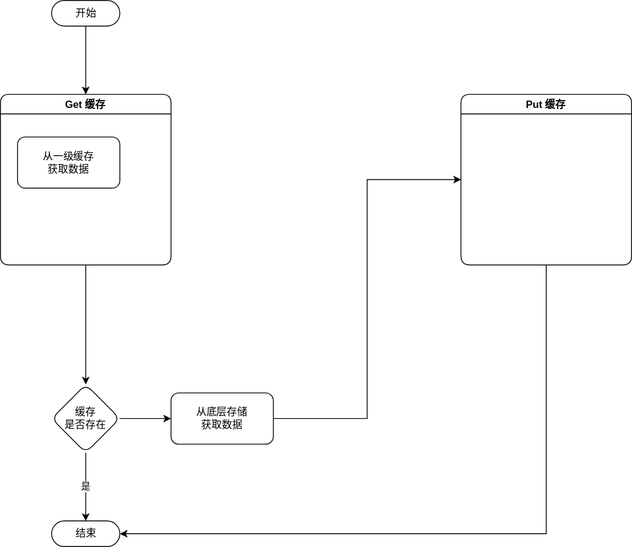
Before: spring-cache.drawio.svg, a diagram exported from draw.io (cdwxw/cdwxw). Source tidied: cells renumbered, new cells last; positions are measured from the earlier drawing's top-left corner, leaving out a move shared by most shapes.
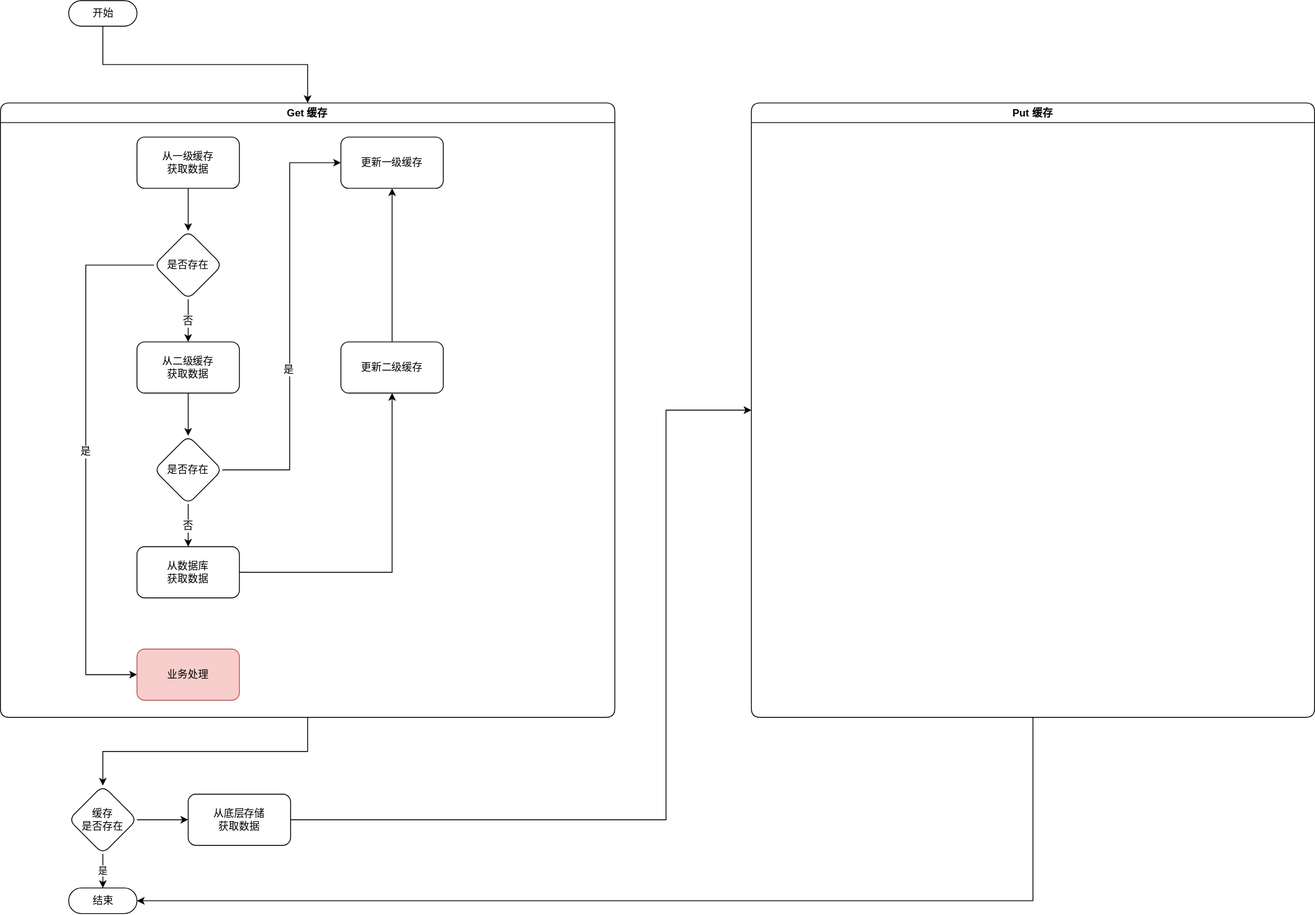
The same file after the commit.

Diff of the diagram source:
```diff
@@ -5,15 +5,76 @@
     <mxCell id="2" value="开始" style="html=1;dashed=0;whitespace=wrap;shape=mxgraph.dfd.start;" parent="1" vertex="1">
       <mxGeometry x="60" width="80" height="30" as="geometry" />
     </mxCell>
-    <mxCell id="3" style="edgeStyle=orthogonalEdgeStyle;rounded=0;jettySize=auto;html=1;" parent="1" edge="1" source="4" target="8">
+    <mxCell id="3" style="edgeStyle=orthogonalEdgeStyle;rounded=0;jettySize=auto;html=1;exitX=0.5;exitY=1;exitDx=0;exitDy=0;" parent="1" edge="1" source="4" target="8">
       <mxGeometry relative="1" as="geometry" />
     </mxCell>
     <mxCell id="4" value="Get 缓存" style="swimlane;rounded=1;shadow=0;glass=0;" parent="1" vertex="1">
-      <mxGeometry y="110" width="200" height="200" as="geometry" />
+      <mxGeometry x="-20" y="120" width="720" height="720" as="geometry" />
     </mxCell>
     <mxCell id="5" value="从一级缓存&lt;br&gt;获取数据" style="whiteSpace=wrap;html=1;dashed=0;rounded=1;shadow=0;glass=0;strokeWidth=1;sketch=0;" parent="4" vertex="1">
-      <mxGeometry x="20" y="50" width="120" height="60" as="geometry" />
+      <mxGeometry x="160" y="40" width="120" height="60" as="geometry" />
     </mxCell>
+    <mxCell id="15" value="是否存在" style="rhombus;whiteSpace=wrap;html=1;dashed=0;rounded=1;shadow=0;glass=0;strokeWidth=1;sketch=0;" parent="4" vertex="1">
+      <mxGeometry x="180" y="150" width="80" height="80" as="geometry" />
+    </mxCell>
+    <mxCell id="16" style="edgeStyle=orthogonalEdgeStyle;rounded=0;jettySize=auto;html=1;fontFamily=Helvetica;fontSize=12;fontColor=default;" parent="4" edge="1" source="5" target="15">
+      <mxGeometry relative="1" as="geometry" />
+    </mxCell>
+    <mxCell id="17" value="从二级缓存&lt;br&gt;获取数据" style="whiteSpace=wrap;html=1;dashed=0;rounded=1;shadow=0;glass=0;strokeWidth=1;sketch=0;" parent="4" vertex="1">
+      <mxGeometry x="160" y="280" width="120" height="60" as="geometry" />
+    </mxCell>
+    <mxCell id="18" value="否" style="edgeStyle=orthogonalEdgeStyle;rounded=0;jettySize=auto;html=1;fontFamily=Helvetica;fontSize=12;fontColor=default;" parent="4" edge="1" source="15" target="17">
+      <mxGeometry relative="1" as="geometry" />
+    </mxCell>
+    <mxCell id="19" value="是否存在" style="rhombus;whiteSpace=wrap;html=1;dashed=0;rounded=1;shadow=0;glass=0;strokeWidth=1;sketch=0;" parent="4" vertex="1">
+      <mxGeometry x="180" y="390" width="80" height="80" as="geometry" />
+    </mxCell>
+    <mxCell id="20" style="edgeStyle=orthogonalEdgeStyle;rounded=0;jettySize=auto;html=1;fontFamily=Helvetica;fontSize=12;fontColor=default;" parent="4" edge="1" source="17" target="19">
+      <mxGeometry relative="1" as="geometry" />
+    </mxCell>
+    <mxCell id="21" value="从数据库&lt;br&gt;获取数据" style="whiteSpace=wrap;html=1;dashed=0;rounded=1;shadow=0;glass=0;strokeWidth=1;sketch=0;" parent="4" vertex="1">
+      <mxGeometry x="160" y="520" width="120" height="60" as="geometry" />
+    </mxCell>
+    <mxCell id="22" value="否" style="edgeStyle=orthogonalEdgeStyle;rounded=0;jettySize=auto;html=1;fontFamily=Helvetica;fontSize=12;fontColor=default;" parent="4" edge="1" source="19" target="21">
+      <mxGeometry relative="1" as="geometry" />
+    </mxCell>
+    <mxCell id="23" value="更新二级缓存" style="whiteSpace=wrap;html=1;dashed=0;rounded=1;shadow=0;glass=0;strokeWidth=1;sketch=0;" parent="4" vertex="1">
+      <mxGeometry x="399" y="280" width="120" height="60" as="geometry" />
+    </mxCell>
+    <mxCell id="24" style="edgeStyle=orthogonalEdgeStyle;rounded=0;jettySize=auto;html=1;fontFamily=Helvetica;fontSize=12;fontColor=default;" parent="4" edge="1" source="21" target="23">
+      <mxGeometry relative="1" as="geometry" />
+    </mxCell>
+    <mxCell id="25" value="更新一级缓存" style="whiteSpace=wrap;html=1;dashed=0;rounded=1;shadow=0;glass=0;strokeWidth=1;sketch=0;" parent="4" vertex="1">
+      <mxGeometry x="399" y="40" width="120" height="60" as="geometry" />
+    </mxCell>
+    <mxCell id="26" style="edgeStyle=orthogonalEdgeStyle;rounded=0;jettySize=auto;html=1;exitX=1;exitY=0.5;exitDx=0;exitDy=0;entryX=0;entryY=0.5;entryDx=0;entryDy=0;fontFamily=Helvetica;fontSize=12;fontColor=default;" parent="4" edge="1" source="19" target="25">
+      <mxGeometry relative="1" as="geometry">
+        <Array as="points">
+          <mxPoint x="339" y="430" />
+          <mxPoint x="339" y="70" />
+        </Array>
+      </mxGeometry>
+    </mxCell>
+    <mxCell id="27" value="是" style="edgeLabel;html=1;align=center;verticalAlign=middle;fontSize=12;fontFamily=Helvetica;fontColor=default;" parent="26" vertex="1">
+      <mxGeometry x="-0.21" y="2" relative="1" as="geometry" />
+    </mxCell>
+    <mxCell id="28" style="edgeStyle=orthogonalEdgeStyle;rounded=0;jettySize=auto;html=1;fontFamily=Helvetica;fontSize=12;fontColor=default;" parent="4" edge="1" source="23" target="25">
+      <mxGeometry relative="1" as="geometry" />
+    </mxCell>
+    <mxCell id="29" value="业务处理" style="whiteSpace=wrap;html=1;dashed=0;rounded=1;shadow=0;glass=0;strokeWidth=1;sketch=0;fillColor=#f8cecc;strokeColor=#b85450;" parent="4" vertex="1">
+      <mxGeometry x="160" y="640" width="120" height="60" as="geometry" />
+    </mxCell>
+    <mxCell id="30" style="edgeStyle=orthogonalEdgeStyle;rounded=0;jettySize=auto;html=1;exitX=0;exitY=0.5;exitDx=0;exitDy=0;entryX=0;entryY=0.5;entryDx=0;entryDy=0;fontFamily=Helvetica;fontSize=12;fontColor=default;" parent="4" edge="1" source="15" target="29">
+      <mxGeometry relative="1" as="geometry">
+        <Array as="points">
+          <mxPoint x="100" y="190" />
+          <mxPoint x="100" y="670" />
+        </Array>
+      </mxGeometry>
+    </mxCell>
+    <mxCell id="31" value="是" style="edgeLabel;html=1;align=center;verticalAlign=middle;fontSize=12;fontFamily=Helvetica;fontColor=default;" parent="30" vertex="1">
+      <mxGeometry x="-0.03" y="-1" relative="1" as="geometry" />
+    </mxCell>
     <mxCell id="6" style="edgeStyle=orthogonalEdgeStyle;rounded=0;jettySize=auto;html=1;" parent="1" edge="1" source="2" target="4">
       <mxGeometry relative="1" as="geometry" />
     </mxCell>
@@ -21,10 +82,10 @@
       <mxGeometry relative="1" as="geometry" />
     </mxCell>
     <mxCell id="8" value="缓存&lt;br&gt;是否存在" style="rhombus;whiteSpace=wrap;html=1;fontStyle=0;startSize=23;rounded=1;shadow=0;glass=0;" parent="1" vertex="1">
-      <mxGeometry x="60" y="450" width="80" height="80" as="geometry" />
+      <mxGeometry x="60" y="920" width="80" height="80" as="geometry" />
     </mxCell>
     <mxCell id="9" value="结束" style="html=1;dashed=0;whitespace=wrap;shape=mxgraph.dfd.start;rounded=1;shadow=0;glass=0;" parent="1" vertex="1">
-      <mxGeometry x="60" y="610" width="80" height="30" as="geometry" />
+      <mxGeometry x="60" y="1040" width="80" height="30" as="geometry" />
     </mxCell>
     <mxCell id="10" value="是" style="edgeStyle=orthogonalEdgeStyle;rounded=0;jettySize=auto;html=1;" parent="1" edge="1" source="8" target="9">
       <mxGeometry relative="1" as="geometry" />
@@ -33,13 +94,18 @@
       <mxGeometry relative="1" as="geometry" />
     </mxCell>
     <mxCell id="12" value="Put 缓存" style="swimlane;rounded=1;shadow=0;glass=0;" parent="1" vertex="1">
-      <mxGeometry x="540" y="110" width="200" height="200" as="geometry" />
+      <mxGeometry x="860" y="120" width="660" height="720" as="geometry" />
     </mxCell>
     <mxCell id="13" style="edgeStyle=orthogonalEdgeStyle;rounded=0;jettySize=auto;html=1;exitX=1;exitY=0.5;exitDx=0;exitDy=0;entryX=0;entryY=0.5;entryDx=0;entryDy=0;" parent="1" edge="1" source="14" target="12">
-      <mxGeometry relative="1" as="geometry" />
+      <mxGeometry relative="1" as="geometry">
+        <Array as="points">
+          <mxPoint x="760" y="960" />
+          <mxPoint x="760" y="480" />
+        </Array>
+      </mxGeometry>
     </mxCell>
     <mxCell id="14" value="从底层存储&lt;br&gt;获取数据" style="whiteSpace=wrap;html=1;fontStyle=0;startSize=23;rounded=1;shadow=0;glass=0;" parent="1" vertex="1">
-      <mxGeometry x="200" y="460" width="120" height="60" as="geometry" />
+      <mxGeometry x="200" y="930" width="120" height="60" as="geometry" />
     </mxCell>
   </root>
 </mxGraphModel>
```
